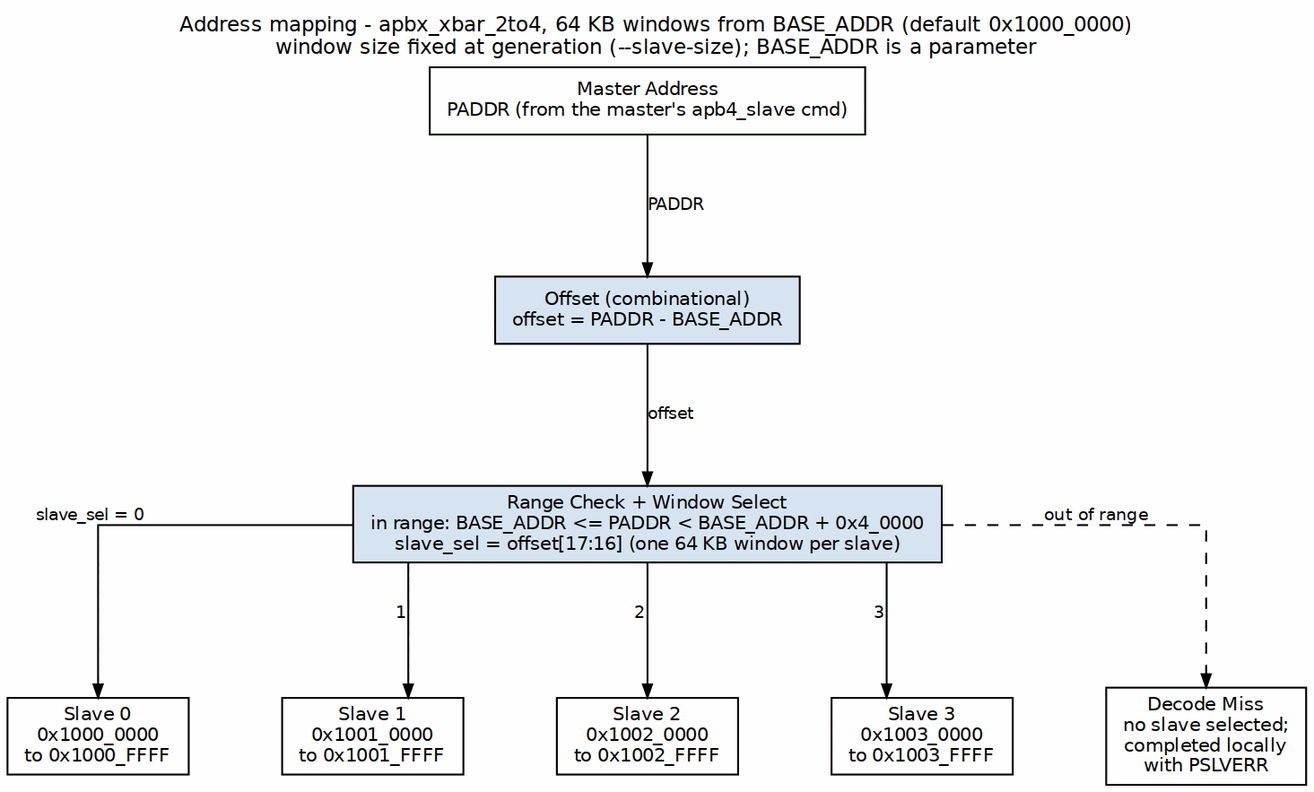
This is projects/components/fabric-gen-ip/lattice-apbx-xbar/docs/lattice_has/assets/graphviz/lattice_address_map.png from sean-galloway/RTLDesignSherpa, a Graphviz export, as it was before one commit. Its source is kept beside it as projects/components/fabric-gen-ip/lattice-apbx-xbar/docs/lattice_has/assets/graphviz/lattice_address_map.dot. Source of this version:
```dot
digraph lattice_address_map {
    graph [rankdir=TB, bgcolor="white", fontname="Helvetica", fontsize=11,
           nodesep="0.35", ranksep="0.9", splines=ortho, labelloc=t,
           label="Address mapping - apbx_xbar_2to4, 64 KB windows from BASE_ADDR (default 0x1000_0000)\nwindow size fixed at generation (--slave-size); BASE_ADDR is a parameter"];
    node  [fontname="Helvetica", fontsize=10, shape=box, style=filled,
           fillcolor="#D6E4F0", color="black", margin="0.12,0.06"];
    edge  [fontname="Helvetica", fontsize=9, color="black", arrowsize=0.7];

    pa [label="Master Address\nPADDR (from the master's apb4_slave cmd)", fillcolor="white"];
    off [label="Offset (combinational)\noffset = PADDR - BASE_ADDR"];
    rng [label="Range Check + Window Select\nin range: BASE_ADDR <= PADDR < BASE_ADDR + 0x4_0000\nslave_sel = offset[17:16] (one 64 KB window per slave)"];

    w0 [label="Slave 0\n0x1000_0000\nto 0x1000_FFFF", fillcolor="white"];
    w1 [label="Slave 1\n0x1001_0000\nto 0x1001_FFFF", fillcolor="white"];
    w2 [label="Slave 2\n0x1002_0000\nto 0x1002_FFFF", fillcolor="white"];
    w3 [label="Slave 3\n0x1003_0000\nto 0x1003_FFFF", fillcolor="white"];
    miss [label="Decode Miss\nno slave selected;\ncompleted locally\nwith PSLVERR", fillcolor="white"];
    { rank=same; w0; w1; w2; w3; miss; }
    w0 -> w1 -> w2 -> w3 -> miss [style=invis];

    pa -> off [label="PADDR"];
    off -> rng [label="offset"];
    rng -> w0 [xlabel="slave_sel = 0"];
    rng -> w1 [xlabel="1"];
    rng -> w2 [xlabel="2"];
    rng -> w3 [xlabel="3"];
    rng -> miss [xlabel="out of range", style=dashed];
}
```
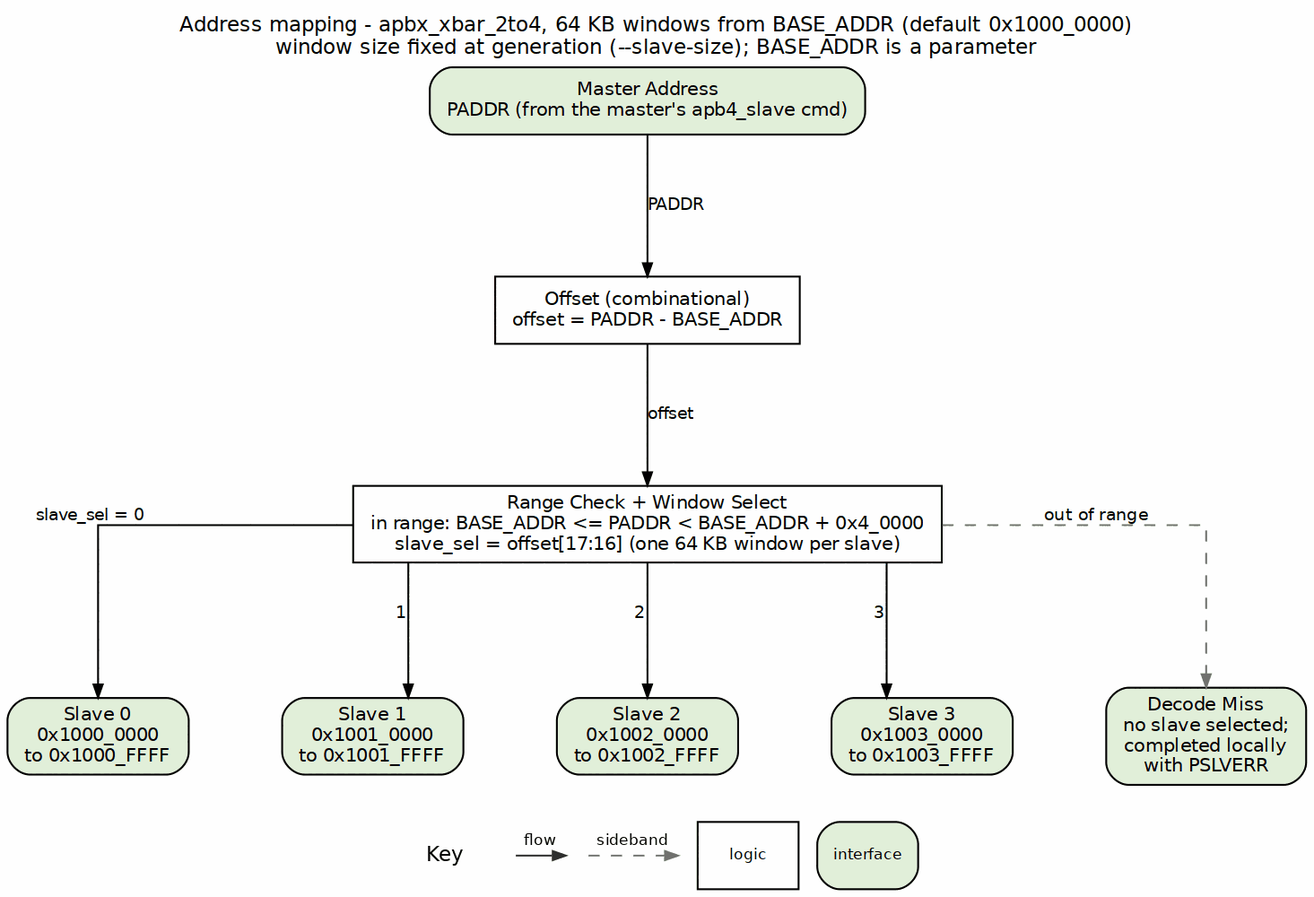
After the commit.

Diff of the diagram source:
```diff
@@ -3,18 +3,18 @@
            nodesep="0.35", ranksep="0.9", splines=ortho, labelloc=t,
            label="Address mapping - apbx_xbar_2to4, 64 KB windows from BASE_ADDR (default 0x1000_0000)\nwindow size fixed at generation (--slave-size); BASE_ADDR is a parameter"];
     node  [fontname="Helvetica", fontsize=10, shape=box, style=filled,
-           fillcolor="#D6E4F0", color="black", margin="0.12,0.06"];
+           fillcolor="white", color="black", margin="0.12,0.06"];
     edge  [fontname="Helvetica", fontsize=9, color="black", arrowsize=0.7];
 
-    pa [label="Master Address\nPADDR (from the master's apb4_slave cmd)", fillcolor="white"];
-    off [label="Offset (combinational)\noffset = PADDR - BASE_ADDR"];
-    rng [label="Range Check + Window Select\nin range: BASE_ADDR <= PADDR < BASE_ADDR + 0x4_0000\nslave_sel = offset[17:16] (one 64 KB window per slave)"];
+    pa [label="Master Address\nPADDR (from the master's apb4_slave cmd)", fillcolor="white", style="rounded,filled", fillcolor="#E2EFDA"];
+    off [label="Offset (combinational)\noffset = PADDR - BASE_ADDR", style="filled", fillcolor="white"];
+    rng [label="Range Check + Window Select\nin range: BASE_ADDR <= PADDR < BASE_ADDR + 0x4_0000\nslave_sel = offset[17:16] (one 64 KB window per slave)", style="filled", fillcolor="white"];
 
-    w0 [label="Slave 0\n0x1000_0000\nto 0x1000_FFFF", fillcolor="white"];
-    w1 [label="Slave 1\n0x1001_0000\nto 0x1001_FFFF", fillcolor="white"];
-    w2 [label="Slave 2\n0x1002_0000\nto 0x1002_FFFF", fillcolor="white"];
-    w3 [label="Slave 3\n0x1003_0000\nto 0x1003_FFFF", fillcolor="white"];
-    miss [label="Decode Miss\nno slave selected;\ncompleted locally\nwith PSLVERR", fillcolor="white"];
+    w0 [label="Slave 0\n0x1000_0000\nto 0x1000_FFFF", fillcolor="white", style="rounded,filled", fillcolor="#E2EFDA"];
+    w1 [label="Slave 1\n0x1001_0000\nto 0x1001_FFFF", fillcolor="white", style="rounded,filled", fillcolor="#E2EFDA"];
+    w2 [label="Slave 2\n0x1002_0000\nto 0x1002_FFFF", fillcolor="white", style="rounded,filled", fillcolor="#E2EFDA"];
+    w3 [label="Slave 3\n0x1003_0000\nto 0x1003_FFFF", fillcolor="white", style="rounded,filled", fillcolor="#E2EFDA"];
+    miss [label="Decode Miss\nno slave selected;\ncompleted locally\nwith PSLVERR", fillcolor="white", style="rounded,filled", fillcolor="#E2EFDA"];
     { rank=same; w0; w1; w2; w3; miss; }
     w0 -> w1 -> w2 -> w3 -> miss [style=invis];
 
@@ -24,5 +24,5 @@
     rng -> w1 [xlabel="1"];
     rng -> w2 [xlabel="2"];
     rng -> w3 [xlabel="3"];
-    rng -> miss [xlabel="out of range", style=dashed];
+    rng -> miss [xlabel="out of range", style=dashed, color="#777777"];
 }
```
